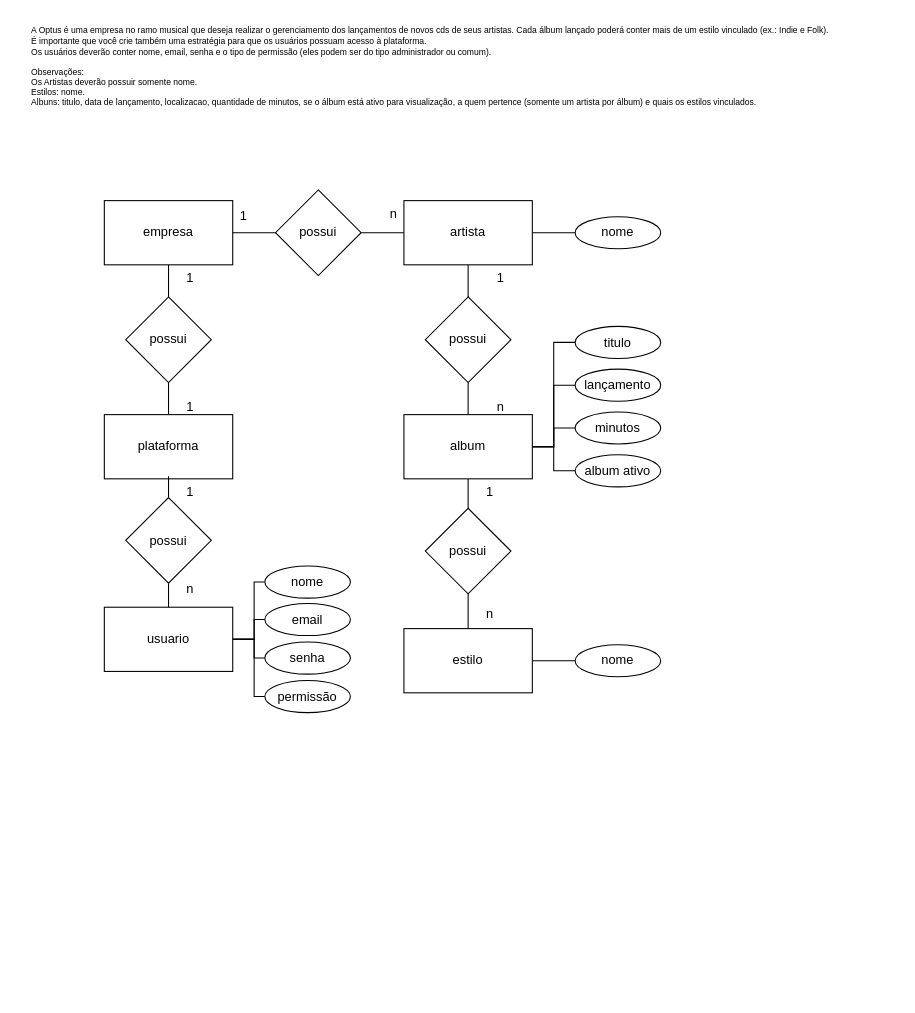
The draw.io diagram page "1.4" (5 of 7) of exercicios/1.1/1.1-exercicio-pessoas.drawio in kauameloo/senai-2semestre, before the edit. Source tidied: cells renumbered, new cells numbered last; positions are measured from the earlier drawing's top-left corner, leaving out a move shared by most shapes. Both pictures are drawn from the tidied source at 107%, with x=0, y=0 at pixel (29, 18).
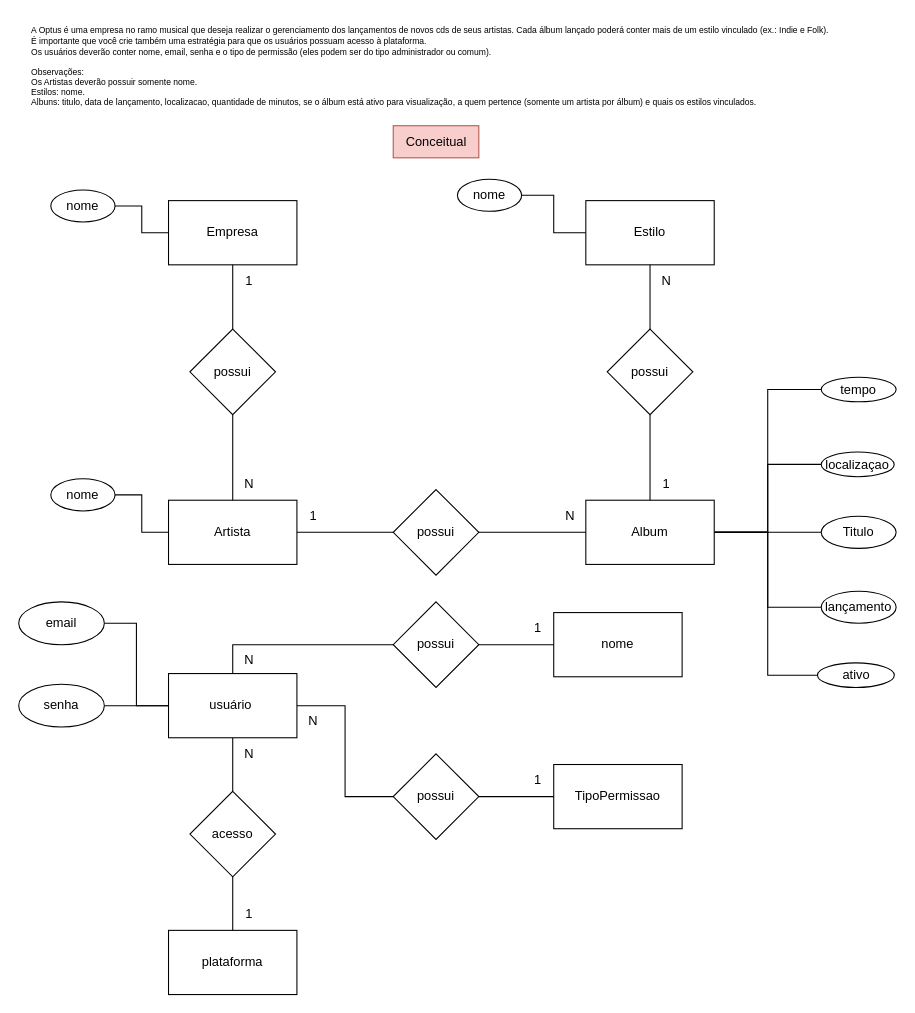
Above is the later version.

The edit, as a diff of the source:
```diff
@@
-    <mxCell id="3" style="edgeStyle=orthogonalEdgeStyle;rounded=0;jettySize=auto;html=1;endArrow=none;endFill=0;" parent="1" edge="1" source="4" target="30">
-      <mxGeometry relative="1" as="geometry" />
-    </mxCell>
-    <mxCell id="4" value="empresa" style="rounded=0;whiteSpace=wrap;html=1;" parent="1" vertex="1">
-      <mxGeometry x="70" y="170" width="120" height="60" as="geometry" />
-    </mxCell>
-    <mxCell id="5" style="edgeStyle=orthogonalEdgeStyle;rounded=0;jettySize=auto;html=1;exitX=0;exitY=0.5;exitDx=0;exitDy=0;endArrow=none;endFill=0;" parent="1" edge="1" source="7" target="4">
-      <mxGeometry relative="1" as="geometry" />
-    </mxCell>
-    <mxCell id="6" style="edgeStyle=orthogonalEdgeStyle;rounded=0;jettySize=auto;html=1;endArrow=none;endFill=0;" parent="1" edge="1" source="7" target="10">
-      <mxGeometry relative="1" as="geometry" />
-    </mxCell>
-    <mxCell id="7" value="possui" style="rhombus;whiteSpace=wrap;html=1;" parent="1" vertex="1">
-      <mxGeometry x="230" y="160" width="80" height="80" as="geometry" />
-    </mxCell>
-    <mxCell id="8" style="edgeStyle=orthogonalEdgeStyle;rounded=0;jettySize=auto;html=1;endArrow=none;endFill=0;" parent="1" edge="1" source="10" target="12">
-      <mxGeometry relative="1" as="geometry" />
-    </mxCell>
-    <mxCell id="9" style="edgeStyle=orthogonalEdgeStyle;rounded=0;jettySize=auto;html=1;endArrow=none;endFill=0;" parent="1" edge="1" source="10" target="28">
-      <mxGeometry relative="1" as="geometry" />
-    </mxCell>
-    <mxCell id="10" value="artista" style="rounded=0;whiteSpace=wrap;html=1;" parent="1" vertex="1">
-      <mxGeometry x="350" y="170" width="120" height="60" as="geometry" />
-    </mxCell>
-    <mxCell id="11" style="edgeStyle=orthogonalEdgeStyle;rounded=0;jettySize=auto;html=1;endArrow=none;endFill=0;" parent="1" edge="1" source="12" target="18">
-      <mxGeometry relative="1" as="geometry" />
-    </mxCell>
-    <mxCell id="12" value="possui" style="rhombus;whiteSpace=wrap;html=1;" parent="1" vertex="1">
-      <mxGeometry x="370" y="260" width="80" height="80" as="geometry" />
-    </mxCell>
-    <mxCell id="13" style="edgeStyle=orthogonalEdgeStyle;rounded=0;jettySize=auto;html=1;endArrow=none;endFill=0;" parent="1" edge="1" source="18" target="24">
-      <mxGeometry relative="1" as="geometry" />
-    </mxCell>
-    <mxCell id="14" style="edgeStyle=orthogonalEdgeStyle;rounded=0;jettySize=auto;html=1;entryX=0;entryY=0.5;entryDx=0;entryDy=0;endArrow=none;endFill=0;" parent="1" edge="1" source="18" target="19">
-      <mxGeometry relative="1" as="geometry" />
-    </mxCell>
-    <mxCell id="15" style="edgeStyle=orthogonalEdgeStyle;rounded=0;jettySize=auto;html=1;entryX=0;entryY=0.5;entryDx=0;entryDy=0;endArrow=none;endFill=0;" parent="1" edge="1" source="18" target="20">
-      <mxGeometry relative="1" as="geometry" />
-    </mxCell>
-    <mxCell id="16" style="edgeStyle=orthogonalEdgeStyle;rounded=0;jettySize=auto;html=1;entryX=0;entryY=0.5;entryDx=0;entryDy=0;endArrow=none;endFill=0;" parent="1" edge="1" source="18" target="21">
-      <mxGeometry relative="1" as="geometry" />
-    </mxCell>
-    <mxCell id="17" style="edgeStyle=orthogonalEdgeStyle;rounded=0;jettySize=auto;html=1;entryX=0;entryY=0.5;entryDx=0;entryDy=0;endArrow=none;endFill=0;" parent="1" edge="1" source="18" target="22">
-      <mxGeometry relative="1" as="geometry" />
-    </mxCell>
-    <mxCell id="18" value="album" style="rounded=0;whiteSpace=wrap;html=1;" parent="1" vertex="1">
-      <mxGeometry x="350" y="370" width="120" height="60" as="geometry" />
-    </mxCell>
-    <mxCell id="19" value="titulo" style="ellipse;whiteSpace=wrap;html=1;" parent="1" vertex="1">
-      <mxGeometry x="510" y="287.5" width="80" height="30" as="geometry" />
-    </mxCell>
+    <mxCell id="54" value="Conceitual" style="text;html=1;align=center;verticalAlign=middle;strokeColor=#b85450;fillColor=#f8cecc;" parent="1" vertex="1">
+      <mxGeometry x="340" y="100" width="80" height="30" as="geometry" />
+    </mxCell>
+    <mxCell id="55" style="edgeStyle=orthogonalEdgeStyle;rounded=0;jettySize=auto;html=1;entryX=1;entryY=0.5;entryDx=0;entryDy=0;endArrow=none;endFill=0;" parent="1" edge="1" source="56" target="71">
+      <mxGeometry relative="1" as="geometry" />
+    </mxCell>
+    <mxCell id="56" value="Empresa" style="rounded=0;whiteSpace=wrap;html=1;" parent="1" vertex="1">
+      <mxGeometry x="130" y="170" width="120" height="60" as="geometry" />
+    </mxCell>
+    <mxCell id="57" style="edgeStyle=orthogonalEdgeStyle;rounded=0;jettySize=auto;html=1;exitX=0;exitY=0.5;exitDx=0;exitDy=0;entryX=1;entryY=0.5;entryDx=0;entryDy=0;endArrow=none;endFill=0;" parent="1" edge="1" source="58" target="72">
+      <mxGeometry relative="1" as="geometry" />
+    </mxCell>
+    <mxCell id="58" value="Artista" style="rounded=0;whiteSpace=wrap;html=1;" parent="1" vertex="1">
+      <mxGeometry x="130" y="450" width="120" height="60" as="geometry" />
+    </mxCell>
+    <mxCell id="59" style="edgeStyle=orthogonalEdgeStyle;rounded=0;jettySize=auto;html=1;entryX=0;entryY=0.5;entryDx=0;entryDy=0;endArrow=none;endFill=0;" parent="1" edge="1" source="64" target="88">
+      <mxGeometry relative="1" as="geometry" />
+    </mxCell>
+    <mxCell id="60" style="edgeStyle=orthogonalEdgeStyle;rounded=0;jettySize=auto;html=1;entryX=0;entryY=0.5;entryDx=0;entryDy=0;endArrow=none;endFill=0;" parent="1" edge="1" source="64" target="85">
+      <mxGeometry relative="1" as="geometry" />
+    </mxCell>
+    <mxCell id="61" style="edgeStyle=orthogonalEdgeStyle;rounded=0;jettySize=auto;html=1;entryX=0;entryY=0.5;entryDx=0;entryDy=0;endArrow=none;endFill=0;" parent="1" edge="1" source="64" target="86">
+      <mxGeometry relative="1" as="geometry" />
+    </mxCell>
+    <mxCell id="62" style="edgeStyle=orthogonalEdgeStyle;rounded=0;jettySize=auto;html=1;entryX=0;entryY=0.5;entryDx=0;entryDy=0;endArrow=none;endFill=0;" parent="1" edge="1" source="64" target="20">
+      <mxGeometry relative="1" as="geometry" />
+    </mxCell>
+    <mxCell id="63" style="edgeStyle=orthogonalEdgeStyle;rounded=0;jettySize=auto;html=1;entryX=0;entryY=0.5;entryDx=0;entryDy=0;endArrow=none;endFill=0;" parent="1" edge="1" source="64" target="87">
+      <mxGeometry relative="1" as="geometry">
+        <Array as="points">
+          <mxPoint x="690" y="480" />
+          <mxPoint x="690" y="614" />
+        </Array>
+      </mxGeometry>
+    </mxCell>
+    <mxCell id="64" value="Album" style="rounded=0;whiteSpace=wrap;html=1;" parent="1" vertex="1">
+      <mxGeometry x="520" y="450" width="120" height="60" as="geometry" />
+    </mxCell>
+    <mxCell id="65" value="Estilo" style="rounded=0;whiteSpace=wrap;html=1;" parent="1" vertex="1">
+      <mxGeometry x="520" y="170" width="120" height="60" as="geometry" />
+    </mxCell>
+    <mxCell id="66" style="edgeStyle=orthogonalEdgeStyle;rounded=0;jettySize=auto;html=1;entryX=0.5;entryY=1;entryDx=0;entryDy=0;endArrow=none;endFill=0;" parent="1" edge="1" source="68" target="56">
+      <mxGeometry relative="1" as="geometry" />
+    </mxCell>
+    <mxCell id="67" style="edgeStyle=orthogonalEdgeStyle;rounded=0;jettySize=auto;html=1;endArrow=none;endFill=0;" parent="1" edge="1" source="68" target="58">
+      <mxGeometry relative="1" as="geometry" />
+    </mxCell>
+    <mxCell id="68" value="possui" style="rhombus;whiteSpace=wrap;html=1;" parent="1" vertex="1">
+      <mxGeometry x="150" y="290" width="80" height="80" as="geometry" />
+    </mxCell>
+    <mxCell id="69" value="N" style="text;html=1;align=center;verticalAlign=middle;strokeColor=none;fillColor=none;" parent="1" vertex="1">
+      <mxGeometry x="190" y="420" width="30" height="30" as="geometry" />
+    </mxCell>
+    <mxCell id="70" value="1" style="text;html=1;align=center;verticalAlign=middle;strokeColor=none;fillColor=none;" parent="1" vertex="1">
+      <mxGeometry x="190" y="230" width="30" height="30" as="geometry" />
+    </mxCell>
+    <mxCell id="71" value="nome" style="ellipse;whiteSpace=wrap;html=1;" parent="1" vertex="1">
+      <mxGeometry x="20" y="160" width="60" height="30" as="geometry" />
+    </mxCell>
+    <mxCell id="72" value="nome" style="ellipse;whiteSpace=wrap;html=1;" parent="1" vertex="1">
+      <mxGeometry x="20" y="430" width="60" height="30" as="geometry" />
+    </mxCell>
+    <mxCell id="73" style="edgeStyle=orthogonalEdgeStyle;rounded=0;jettySize=auto;html=1;entryX=0;entryY=0.5;entryDx=0;entryDy=0;endArrow=none;endFill=0;" parent="1" edge="1" source="75" target="64">
+      <mxGeometry relative="1" as="geometry" />
+    </mxCell>
+    <mxCell id="74" style="edgeStyle=orthogonalEdgeStyle;rounded=0;jettySize=auto;html=1;entryX=1;entryY=0.5;entryDx=0;entryDy=0;endArrow=none;endFill=0;" parent="1" edge="1" source="75" target="58">
+      <mxGeometry relative="1" as="geometry" />
+    </mxCell>
+    <mxCell id="75" value="possui" style="rhombus;whiteSpace=wrap;html=1;" parent="1" vertex="1">
+      <mxGeometry x="340" y="440" width="80" height="80" as="geometry" />
+    </mxCell>
+    <mxCell id="76" style="edgeStyle=orthogonalEdgeStyle;rounded=0;jettySize=auto;html=1;entryX=0.5;entryY=1;entryDx=0;entryDy=0;endArrow=none;endFill=0;" parent="1" edge="1" source="78" target="65">
+      <mxGeometry relative="1" as="geometry" />
+    </mxCell>
+    <mxCell id="77" style="edgeStyle=orthogonalEdgeStyle;rounded=0;jettySize=auto;html=1;entryX=0.5;entryY=0;entryDx=0;entryDy=0;endArrow=none;endFill=0;" parent="1" edge="1" source="78" target="64">
+      <mxGeometry relative="1" as="geometry" />
+    </mxCell>
+    <mxCell id="78" value="possui" style="rhombus;whiteSpace=wrap;html=1;" parent="1" vertex="1">
+      <mxGeometry x="540" y="290" width="80" height="80" as="geometry" />
+    </mxCell>
+    <mxCell id="79" value="N" style="text;html=1;align=center;verticalAlign=middle;strokeColor=none;fillColor=none;" parent="1" vertex="1">
+      <mxGeometry x="490" y="450" width="30" height="30" as="geometry" />
+    </mxCell>
+    <mxCell id="80" value="1" style="text;html=1;align=center;verticalAlign=middle;strokeColor=none;fillColor=none;" parent="1" vertex="1">
+      <mxGeometry x="250" y="450" width="30" height="30" as="geometry" />
+    </mxCell>
+    <mxCell id="81" value="1" style="text;html=1;align=center;verticalAlign=middle;strokeColor=none;fillColor=none;" parent="1" vertex="1">
+      <mxGeometry x="580" y="420" width="30" height="30" as="geometry" />
+    </mxCell>
+    <mxCell id="82" value="N" style="text;html=1;align=center;verticalAlign=middle;strokeColor=none;fillColor=none;" parent="1" vertex="1">
+      <mxGeometry x="580" y="230" width="30" height="30" as="geometry" />
+    </mxCell>
+    <mxCell id="83" style="edgeStyle=orthogonalEdgeStyle;rounded=0;jettySize=auto;html=1;entryX=0;entryY=0.5;entryDx=0;entryDy=0;endArrow=none;endFill=0;" parent="1" edge="1" source="84" target="65">
+      <mxGeometry relative="1" as="geometry" />
+    </mxCell>
+    <mxCell id="84" value="nome" style="ellipse;whiteSpace=wrap;html=1;" parent="1" vertex="1">
+      <mxGeometry x="400" y="150" width="60" height="30" as="geometry" />
+    </mxCell>
+    <mxCell id="85" value="localizaçao" style="ellipse;whiteSpace=wrap;html=1;" parent="1" vertex="1">
+      <mxGeometry x="740" y="405" width="68.2" height="23" as="geometry" />
+    </mxCell>
+    <mxCell id="86" value="tempo" style="ellipse;whiteSpace=wrap;html=1;" parent="1" vertex="1">
+      <mxGeometry x="740" y="335" width="70" height="23" as="geometry" />
+    </mxCell>
+    <mxCell id="87" value="ativo" style="ellipse;whiteSpace=wrap;html=1;" parent="1" vertex="1">
+      <mxGeometry x="736.5" y="602" width="71.8" height="23" as="geometry" />
+    </mxCell>
     <mxCell id="20" value="lançamento" style="ellipse;whiteSpace=wrap;html=1;" parent="1" vertex="1">
-      <mxGeometry x="510" y="327.5" width="80" height="30" as="geometry" />
+      <mxGeometry x="740" y="535" width="70" height="30" as="geometry" />
     </mxCell>
-    <mxCell id="21" value="minutos" style="ellipse;whiteSpace=wrap;html=1;" parent="1" vertex="1">
-      <mxGeometry x="510" y="367.5" width="80" height="30" as="geometry" />
-    </mxCell>
-    <mxCell id="22" value="album ativo" style="ellipse;whiteSpace=wrap;html=1;" parent="1" vertex="1">
-      <mxGeometry x="510" y="407.5" width="80" height="30" as="geometry" />
-    </mxCell>
-    <mxCell id="23" style="edgeStyle=orthogonalEdgeStyle;rounded=0;jettySize=auto;html=1;endArrow=none;endFill=0;" parent="1" edge="1" source="24" target="26">
-      <mxGeometry relative="1" as="geometry" />
-    </mxCell>
-    <mxCell id="24" value="possui" style="rhombus;whiteSpace=wrap;html=1;" parent="1" vertex="1">
-      <mxGeometry x="370" y="457.5" width="80" height="80" as="geometry" />
-    </mxCell>
-    <mxCell id="25" style="edgeStyle=orthogonalEdgeStyle;rounded=0;jettySize=auto;html=1;entryX=0;entryY=0.5;entryDx=0;entryDy=0;endArrow=none;endFill=0;" parent="1" edge="1" source="26" target="27">
-      <mxGeometry relative="1" as="geometry" />
-    </mxCell>
-    <mxCell id="26" value="estilo" style="rounded=0;whiteSpace=wrap;html=1;" parent="1" vertex="1">
-      <mxGeometry x="350" y="570" width="120" height="60" as="geometry" />
-    </mxCell>
-    <mxCell id="27" value="nome" style="ellipse;whiteSpace=wrap;html=1;" parent="1" vertex="1">
-      <mxGeometry x="510" y="585" width="80" height="30" as="geometry" />
-    </mxCell>
-    <mxCell id="28" value="nome" style="ellipse;whiteSpace=wrap;html=1;" parent="1" vertex="1">
-      <mxGeometry x="510" y="185" width="80" height="30" as="geometry" />
-    </mxCell>
-    <mxCell id="29" style="edgeStyle=orthogonalEdgeStyle;rounded=0;jettySize=auto;html=1;endArrow=none;endFill=0;" parent="1" edge="1" source="30" target="31">
-      <mxGeometry relative="1" as="geometry" />
-    </mxCell>
-    <mxCell id="30" value="possui" style="rhombus;whiteSpace=wrap;html=1;" parent="1" vertex="1">
-      <mxGeometry x="90" y="260" width="80" height="80" as="geometry" />
-    </mxCell>
+    <mxCell id="88" value="Titulo" style="ellipse;whiteSpace=wrap;html=1;" parent="1" vertex="1">
+      <mxGeometry x="740" y="465" width="70" height="30" as="geometry" />
+    </mxCell>
+    <mxCell id="89" style="edgeStyle=orthogonalEdgeStyle;rounded=0;jettySize=auto;html=1;entryX=0.5;entryY=0;entryDx=0;entryDy=0;endArrow=none;endFill=0;" parent="1" edge="1" source="93" target="95">
+      <mxGeometry relative="1" as="geometry" />
+    </mxCell>
+    <mxCell id="90" style="edgeStyle=orthogonalEdgeStyle;rounded=0;jettySize=auto;html=1;entryX=0;entryY=0.5;entryDx=0;entryDy=0;endArrow=none;endFill=0;exitX=0.5;exitY=0;exitDx=0;exitDy=0;" parent="1" edge="1" source="93" target="99">
+      <mxGeometry relative="1" as="geometry" />
+    </mxCell>
+    <mxCell id="91" style="edgeStyle=orthogonalEdgeStyle;rounded=0;jettySize=auto;html=1;entryX=1;entryY=0.5;entryDx=0;entryDy=0;endArrow=none;endFill=0;" parent="1" edge="1" source="93" target="41">
+      <mxGeometry relative="1" as="geometry" />
+    </mxCell>
+    <mxCell id="92" style="edgeStyle=orthogonalEdgeStyle;rounded=0;jettySize=auto;html=1;entryX=1;entryY=0.5;entryDx=0;entryDy=0;endArrow=none;endFill=0;" parent="1" edge="1" source="93" target="42">
+      <mxGeometry relative="1" as="geometry" />
+    </mxCell>
+    <mxCell id="93" value="usuário&amp;nbsp;" style="rounded=0;whiteSpace=wrap;html=1;" parent="1" vertex="1">
+      <mxGeometry x="130" y="612" width="120" height="60" as="geometry" />
+    </mxCell>
+    <mxCell id="94" style="edgeStyle=orthogonalEdgeStyle;rounded=0;jettySize=auto;html=1;entryX=0.5;entryY=0;entryDx=0;entryDy=0;endArrow=none;endFill=0;" parent="1" edge="1" source="95" target="31">
+      <mxGeometry relative="1" as="geometry" />
+    </mxCell>
+    <mxCell id="95" value="acesso" style="rhombus;whiteSpace=wrap;html=1;" parent="1" vertex="1">
+      <mxGeometry x="150" y="722" width="80" height="80" as="geometry" />
+    </mxCell>
     <mxCell id="31" value="plataforma" style="rounded=0;whiteSpace=wrap;html=1;" parent="1" vertex="1">
-      <mxGeometry x="70" y="370" width="120" height="60" as="geometry" />
+      <mxGeometry x="130" y="852" width="120" height="60" as="geometry" />
     </mxCell>
-    <mxCell id="32" style="edgeStyle=orthogonalEdgeStyle;rounded=0;jettySize=auto;html=1;exitX=0.5;exitY=0;exitDx=0;exitDy=0;endArrow=none;endFill=0;" parent="1" edge="1" source="34" target="31">
-      <mxGeometry relative="1" as="geometry" />
-    </mxCell>
-    <mxCell id="33" style="edgeStyle=orthogonalEdgeStyle;rounded=0;jettySize=auto;html=1;endArrow=none;endFill=0;" parent="1" edge="1" source="34" target="39">
-      <mxGeometry relative="1" as="geometry" />
-    </mxCell>
-    <mxCell id="34" value="possui" style="rhombus;whiteSpace=wrap;html=1;" parent="1" vertex="1">
-      <mxGeometry x="90" y="447.5" width="80" height="80" as="geometry" />
-    </mxCell>
-    <mxCell id="35" style="edgeStyle=orthogonalEdgeStyle;rounded=0;jettySize=auto;html=1;entryX=0;entryY=0.5;entryDx=0;entryDy=0;endArrow=none;endFill=0;" parent="1" edge="1" source="39" target="40">
-      <mxGeometry relative="1" as="geometry">
-        <Array as="points">
-          <mxPoint x="210" y="580" />
-          <mxPoint x="210" y="526" />
-        </Array>
-      </mxGeometry>
-    </mxCell>
-    <mxCell id="36" style="edgeStyle=orthogonalEdgeStyle;rounded=0;jettySize=auto;html=1;entryX=0;entryY=0.5;entryDx=0;entryDy=0;endArrow=none;endFill=0;" parent="1" edge="1" source="39" target="41">
-      <mxGeometry relative="1" as="geometry" />
-    </mxCell>
-    <mxCell id="37" style="edgeStyle=orthogonalEdgeStyle;rounded=0;jettySize=auto;html=1;entryX=0;entryY=0.5;entryDx=0;entryDy=0;endArrow=none;endFill=0;" parent="1" edge="1" source="39" target="42">
-      <mxGeometry relative="1" as="geometry" />
-    </mxCell>
-    <mxCell id="38" style="edgeStyle=orthogonalEdgeStyle;rounded=0;jettySize=auto;html=1;entryX=0;entryY=0.5;entryDx=0;entryDy=0;endArrow=none;endFill=0;" parent="1" edge="1" source="39" target="43">
-      <mxGeometry relative="1" as="geometry">
-        <Array as="points">
-          <mxPoint x="210" y="580" />
-          <mxPoint x="210" y="634" />
-        </Array>
-      </mxGeometry>
-    </mxCell>
-    <mxCell id="39" value="usuario" style="rounded=0;whiteSpace=wrap;html=1;" parent="1" vertex="1">
-      <mxGeometry x="70" y="550" width="120" height="60" as="geometry" />
-    </mxCell>
-    <mxCell id="40" value="nome" style="ellipse;whiteSpace=wrap;html=1;" parent="1" vertex="1">
-      <mxGeometry x="220" y="511.5" width="80" height="30" as="geometry" />
-    </mxCell>
+    <mxCell id="96" value="TipoPermissao" style="rounded=0;whiteSpace=wrap;html=1;" parent="1" vertex="1">
+      <mxGeometry x="490" y="697" width="120" height="60" as="geometry" />
+    </mxCell>
+    <mxCell id="97" value="nome" style="rounded=0;whiteSpace=wrap;html=1;" parent="1" vertex="1">
+      <mxGeometry x="490" y="555" width="120" height="60" as="geometry" />
+    </mxCell>
+    <mxCell id="98" style="edgeStyle=orthogonalEdgeStyle;rounded=0;jettySize=auto;html=1;entryX=0;entryY=0.5;entryDx=0;entryDy=0;endArrow=none;endFill=0;" parent="1" edge="1" source="99" target="97">
+      <mxGeometry relative="1" as="geometry" />
+    </mxCell>
+    <mxCell id="99" value="possui" style="rhombus;whiteSpace=wrap;html=1;" parent="1" vertex="1">
+      <mxGeometry x="340" y="545" width="80" height="80" as="geometry" />
+    </mxCell>
+    <mxCell id="100" style="edgeStyle=orthogonalEdgeStyle;rounded=0;jettySize=auto;html=1;entryX=0;entryY=0.5;entryDx=0;entryDy=0;endArrow=none;endFill=0;" parent="1" edge="1" source="102" target="96">
+      <mxGeometry relative="1" as="geometry" />
+    </mxCell>
+    <mxCell id="101" style="edgeStyle=orthogonalEdgeStyle;rounded=0;jettySize=auto;html=1;entryX=1;entryY=0.5;entryDx=0;entryDy=0;endArrow=none;endFill=0;" parent="1" edge="1" source="102" target="93">
+      <mxGeometry relative="1" as="geometry" />
+    </mxCell>
+    <mxCell id="102" value="possui" style="rhombus;whiteSpace=wrap;html=1;" parent="1" vertex="1">
+      <mxGeometry x="340" y="687" width="80" height="80" as="geometry" />
+    </mxCell>
     <mxCell id="41" value="email" style="ellipse;whiteSpace=wrap;html=1;" parent="1" vertex="1">
-      <mxGeometry x="220" y="546.5" width="80" height="30" as="geometry" />
+      <mxGeometry x="-10" y="545" width="80" height="40" as="geometry" />
     </mxCell>
     <mxCell id="42" value="senha" style="ellipse;whiteSpace=wrap;html=1;" parent="1" vertex="1">
-      <mxGeometry x="220" y="582.5" width="80" height="30" as="geometry" />
+      <mxGeometry x="-10" y="622" width="80" height="40" as="geometry" />
     </mxCell>
-    <mxCell id="43" value="permissão" style="ellipse;whiteSpace=wrap;html=1;" parent="1" vertex="1">
-      <mxGeometry x="220" y="618.5" width="80" height="30" as="geometry" />
-    </mxCell>
-    <mxCell id="44" value="1" style="text;html=1;align=center;verticalAlign=middle;strokeColor=none;fillColor=none;" parent="1" vertex="1">
-      <mxGeometry x="185" y="170" width="30" height="30" as="geometry" />
-    </mxCell>
-    <mxCell id="45" value="n" style="text;html=1;align=center;verticalAlign=middle;strokeColor=none;fillColor=none;" parent="1" vertex="1">
-      <mxGeometry x="325" y="168" width="30" height="30" as="geometry" />
-    </mxCell>
-    <mxCell id="46" value="1" style="text;html=1;align=center;verticalAlign=middle;strokeColor=none;fillColor=none;" parent="1" vertex="1">
-      <mxGeometry x="425" y="228" width="30" height="30" as="geometry" />
-    </mxCell>
-    <mxCell id="47" value="n" style="text;html=1;align=center;verticalAlign=middle;strokeColor=none;fillColor=none;" parent="1" vertex="1">
-      <mxGeometry x="425" y="348" width="30" height="30" as="geometry" />
-    </mxCell>
-    <mxCell id="48" value="1" style="text;html=1;align=center;verticalAlign=middle;strokeColor=none;fillColor=none;" parent="1" vertex="1">
-      <mxGeometry x="415" y="428" width="30" height="30" as="geometry" />
-    </mxCell>
-    <mxCell id="49" value="n" style="text;html=1;align=center;verticalAlign=middle;strokeColor=none;fillColor=none;" parent="1" vertex="1">
-      <mxGeometry x="415" y="541.5" width="30" height="30" as="geometry" />
-    </mxCell>
-    <mxCell id="50" value="1" style="text;html=1;align=center;verticalAlign=middle;strokeColor=none;fillColor=none;" parent="1" vertex="1">
-      <mxGeometry x="135" y="228" width="30" height="30" as="geometry" />
-    </mxCell>
-    <mxCell id="51" value="1" style="text;html=1;align=center;verticalAlign=middle;strokeColor=none;fillColor=none;" parent="1" vertex="1">
-      <mxGeometry x="135" y="348" width="30" height="30" as="geometry" />
-    </mxCell>
-    <mxCell id="52" value="1" style="text;html=1;align=center;verticalAlign=middle;strokeColor=none;fillColor=none;" parent="1" vertex="1">
-      <mxGeometry x="135" y="428" width="30" height="30" as="geometry" />
-    </mxCell>
-    <mxCell id="53" value="n" style="text;html=1;align=center;verticalAlign=middle;strokeColor=none;fillColor=none;" parent="1" vertex="1">
-      <mxGeometry x="135" y="518" width="30" height="30" as="geometry" />
-    </mxCell>
+    <mxCell id="103" value="N" style="text;html=1;align=center;verticalAlign=middle;strokeColor=none;fillColor=none;" parent="1" vertex="1">
+      <mxGeometry x="190" y="585" width="30" height="30" as="geometry" />
+    </mxCell>
+    <mxCell id="104" value="1" style="text;html=1;align=center;verticalAlign=middle;strokeColor=none;fillColor=none;" parent="1" vertex="1">
+      <mxGeometry x="460" y="555" width="30" height="30" as="geometry" />
+    </mxCell>
+    <mxCell id="105" value="1" style="text;html=1;align=center;verticalAlign=middle;strokeColor=none;fillColor=none;" parent="1" vertex="1">
+      <mxGeometry x="460" y="697" width="30" height="30" as="geometry" />
+    </mxCell>
+    <mxCell id="106" value="N" style="text;html=1;align=center;verticalAlign=middle;strokeColor=none;fillColor=none;" parent="1" vertex="1">
+      <mxGeometry x="250" y="642" width="30" height="30" as="geometry" />
+    </mxCell>
+    <mxCell id="107" value="N" style="text;html=1;align=center;verticalAlign=middle;strokeColor=none;fillColor=none;" parent="1" vertex="1">
+      <mxGeometry x="190" y="672" width="30" height="30" as="geometry" />
+    </mxCell>
+    <mxCell id="108" value="1" style="text;html=1;align=center;verticalAlign=middle;strokeColor=none;fillColor=none;" parent="1" vertex="1">
+      <mxGeometry x="190" y="822" width="30" height="30" as="geometry" />
+    </mxCell>
```
